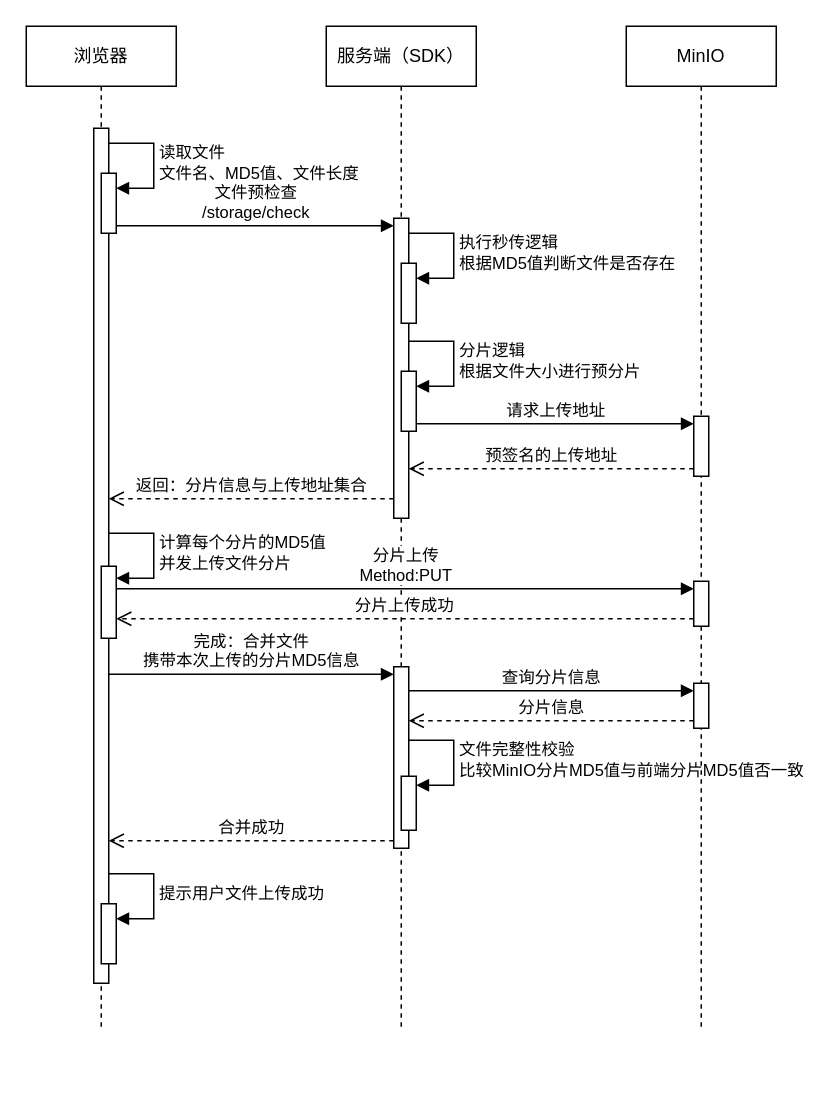
Earlier version of the draw.io diagram page "文件上传时序图" (2 of 7) of doc/minio-plus.drawio (lxp135/minio-plus). Source tidied: cells renumbered, new cells numbered last; positions are measured from the earlier drawing's top-left corner, leaving out a move shared by most shapes. Both pictures are drawn from the tidied source at 150%, with x=0, y=0 at pixel (26, 26).
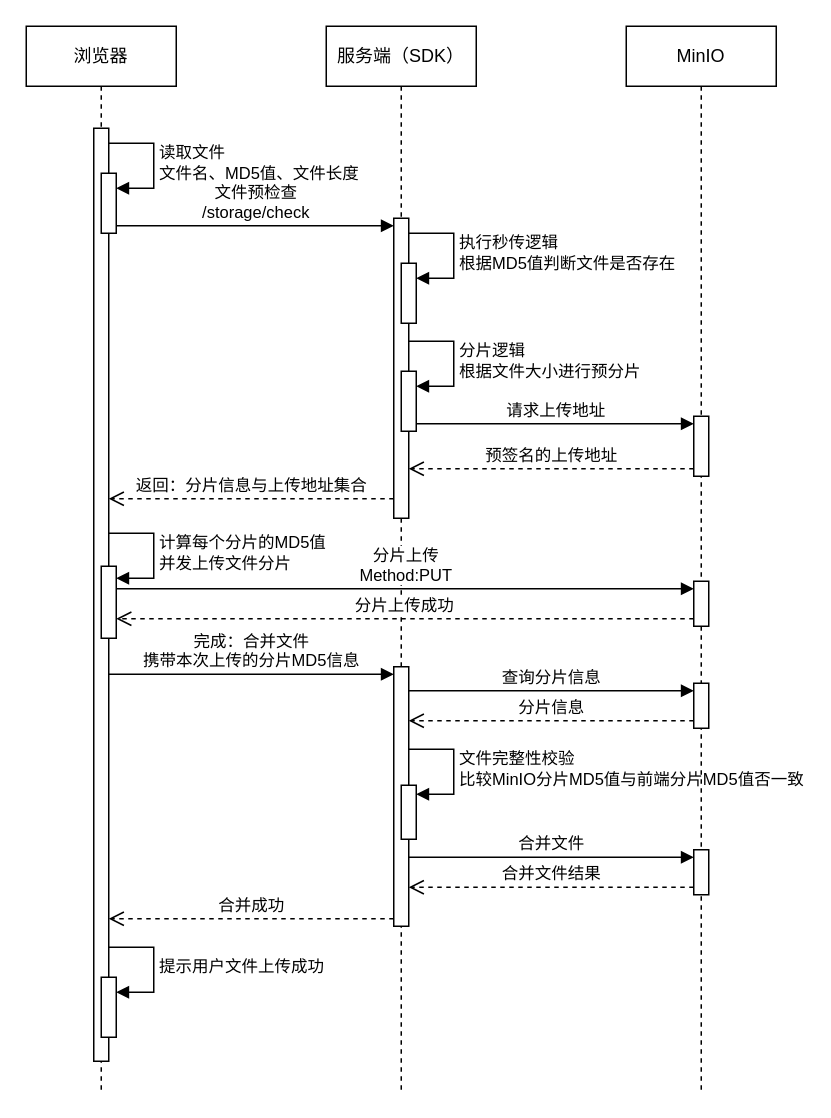
The same page after the edit.

Change to the diagram source:
```diff
@@
     <mxCell id="2" value="浏览器" style="shape=umlLifeline;perimeter=lifelinePerimeter;whiteSpace=wrap;html=1;newEdgeStyle={&quot;curved&quot;:0,&quot;rounded&quot;:0};" parent="1" vertex="1">
-      <mxGeometry width="100" height="670" as="geometry" />
+      <mxGeometry width="100" height="710" as="geometry" />
     </mxCell>
     <mxCell id="3" style="html=1;points=[[0,0,0,0,5],[0,1,0,0,-5],[1,0,0,0,5],[1,1,0,0,-5]];perimeter=orthogonalPerimeter;outlineConnect=0;targetShapes=umlLifeline;portConstraint=eastwest;newEdgeStyle={&quot;curved&quot;:0,&quot;rounded&quot;:0};" parent="2" vertex="1">
-      <mxGeometry x="45" y="68" width="10" height="570" as="geometry" />
+      <mxGeometry x="45" y="68" width="10" height="622" as="geometry" />
     </mxCell>
@@
     <mxCell id="8" value="服务端（SDK）" style="shape=umlLifeline;perimeter=lifelinePerimeter;whiteSpace=wrap;html=1;newEdgeStyle={&quot;curved&quot;:0,&quot;rounded&quot;:0};" parent="1" vertex="1">
-      <mxGeometry x="200" width="100" height="670" as="geometry" />
+      <mxGeometry x="200" width="100" height="710" as="geometry" />
     </mxCell>
@@
     <mxCell id="14" style="html=1;points=[[0,0,0,0,5],[0,1,0,0,-5],[1,0,0,0,5],[1,1,0,0,-5]];perimeter=orthogonalPerimeter;outlineConnect=0;targetShapes=umlLifeline;portConstraint=eastwest;newEdgeStyle={&quot;curved&quot;:0,&quot;rounded&quot;:0};" parent="8" vertex="1">
-      <mxGeometry x="45" y="427" width="10" height="121" as="geometry" />
+      <mxGeometry x="45" y="427" width="10" height="173" as="geometry" />
     </mxCell>
     <mxCell id="15" style="html=1;points=[[0,0,0,0,5],[0,1,0,0,-5],[1,0,0,0,5],[1,1,0,0,-5]];perimeter=orthogonalPerimeter;outlineConnect=0;targetShapes=umlLifeline;portConstraint=eastwest;newEdgeStyle={&quot;curved&quot;:0,&quot;rounded&quot;:0};" parent="8" vertex="1">
-      <mxGeometry x="50" y="500" width="10" height="36" as="geometry" />
+      <mxGeometry x="50" y="506" width="10" height="36" as="geometry" />
     </mxCell>
     <mxCell id="16" value="文件完整性校验&lt;br&gt;比较MinIO分片MD5值与前端分片MD5值否一致" style="html=1;align=left;spacingLeft=2;endArrow=block;rounded=0;edgeStyle=orthogonalEdgeStyle;curved=0;rounded=0;" parent="8" edge="1" target="15">
       <mxGeometry relative="1" as="geometry">
-        <mxPoint x="55" y="476" as="sourcePoint" />
+        <mxPoint x="55" y="482" as="sourcePoint" />
         <Array as="points">
-          <mxPoint x="85" y="506" />
+          <mxPoint x="85" y="512" />
         </Array>
       </mxGeometry>
     </mxCell>
     <mxCell id="17" value="MinIO" style="shape=umlLifeline;perimeter=lifelinePerimeter;whiteSpace=wrap;html=1;newEdgeStyle={&quot;curved&quot;:0,&quot;rounded&quot;:0};" parent="1" vertex="1">
-      <mxGeometry x="400" width="100" height="670" as="geometry" />
+      <mxGeometry x="400" width="100" height="710" as="geometry" />
     </mxCell>
@@
     <mxCell id="29" style="html=1;points=[[0,0,0,0,5],[0,1,0,0,-5],[1,0,0,0,5],[1,1,0,0,-5]];perimeter=orthogonalPerimeter;outlineConnect=0;targetShapes=umlLifeline;portConstraint=eastwest;newEdgeStyle={&quot;curved&quot;:0,&quot;rounded&quot;:0};" parent="1" vertex="1">
-      <mxGeometry x="50" y="585" width="10" height="40" as="geometry" />
+      <mxGeometry x="50" y="634" width="10" height="40" as="geometry" />
     </mxCell>
     <mxCell id="30" value="提示用户文件上传成功" style="html=1;align=left;spacingLeft=2;endArrow=block;rounded=0;edgeStyle=orthogonalEdgeStyle;curved=0;rounded=0;" parent="1" edge="1" target="29">
       <mxGeometry relative="1" as="geometry">
-        <mxPoint x="55" y="565" as="sourcePoint" />
+        <mxPoint x="55" y="614" as="sourcePoint" />
         <Array as="points">
-          <mxPoint x="85" y="595" />
+          <mxPoint x="85" y="644" />
         </Array>
       </mxGeometry>
     </mxCell>
@@
+    <mxCell id="33" style="html=1;points=[[0,0,0,0,5],[0,1,0,0,-5],[1,0,0,0,5],[1,1,0,0,-5]];perimeter=orthogonalPerimeter;outlineConnect=0;targetShapes=umlLifeline;portConstraint=eastwest;newEdgeStyle={&quot;curved&quot;:0,&quot;rounded&quot;:0};" parent="1" vertex="1">
+      <mxGeometry x="445" y="549" width="10" height="30" as="geometry" />
+    </mxCell>
+    <mxCell id="34" value="合并文件" style="html=1;verticalAlign=bottom;endArrow=block;curved=0;rounded=0;entryX=0;entryY=0;entryDx=0;entryDy=5;" parent="1" edge="1" target="33">
+      <mxGeometry relative="1" as="geometry">
+        <mxPoint x="255" y="554" as="sourcePoint" />
+      </mxGeometry>
+    </mxCell>
+    <mxCell id="35" value="合并文件结果" style="html=1;verticalAlign=bottom;endArrow=open;dashed=1;endSize=8;curved=0;rounded=0;exitX=0;exitY=1;exitDx=0;exitDy=-5;" parent="1" edge="1" source="33">
+      <mxGeometry relative="1" as="geometry">
+        <mxPoint x="255" y="574" as="targetPoint" />
+      </mxGeometry>
+    </mxCell>
```
